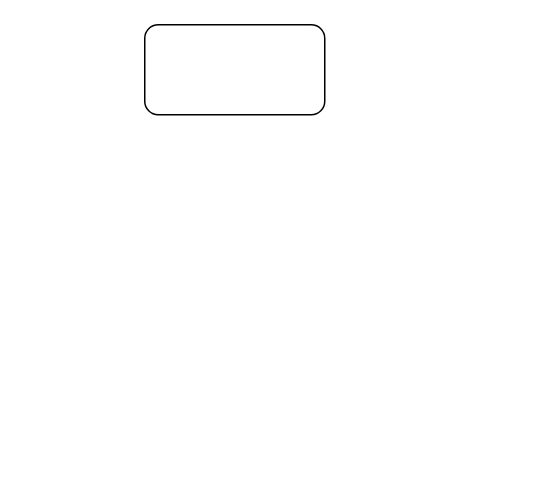
Before: 未命名绘图.drawio in libizhen007/drawio_files, a draw.io diagram. Source tidied: cells renumbered, new cells numbered last; positions are measured from the earlier drawing's top-left corner, leaving out a move shared by most shapes. Both pictures are drawn from the tidied source at 150%, with x=0, y=0 at pixel (144, 24).
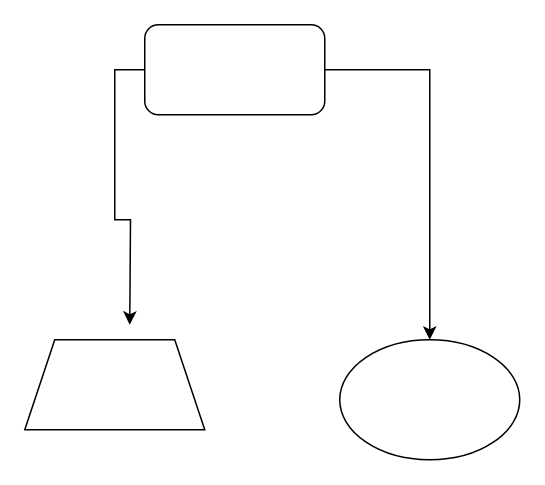
The same diagram, later.

Diff of the diagram source:
```diff
@@
 <mxGraphModel>
   <root>
     <mxCell id="0" />
     <mxCell id="1" parent="0" />
+    <mxCell id="3" style="edgeStyle=orthogonalEdgeStyle;rounded=0;jettySize=auto;html=1;" parent="1" edge="1" source="2">
+      <mxGeometry relative="1" as="geometry">
+        <mxPoint x="-10" y="200" as="targetPoint" />
+      </mxGeometry>
+    </mxCell>
+    <mxCell id="4" style="edgeStyle=orthogonalEdgeStyle;rounded=0;jettySize=auto;html=1;" parent="1" edge="1" source="2" target="5">
+      <mxGeometry relative="1" as="geometry" />
+    </mxCell>
     <mxCell id="2" style="rounded=1;whiteSpace=wrap;html=1;" parent="1" vertex="1">
       <mxGeometry width="120" height="60" as="geometry" />
     </mxCell>
+    <mxCell id="5" style="ellipse;whiteSpace=wrap;html=1;" parent="1" vertex="1">
+      <mxGeometry x="130" y="210" width="120" height="80" as="geometry" />
+    </mxCell>
+    <mxCell id="6" style="shape=trapezoid;perimeter=trapezoidPerimeter;whiteSpace=wrap;html=1;fixedSize=1;" parent="1" vertex="1">
+      <mxGeometry x="-80" y="210" width="120" height="60" as="geometry" />
+    </mxCell>
   </root>
 </mxGraphModel>
```
